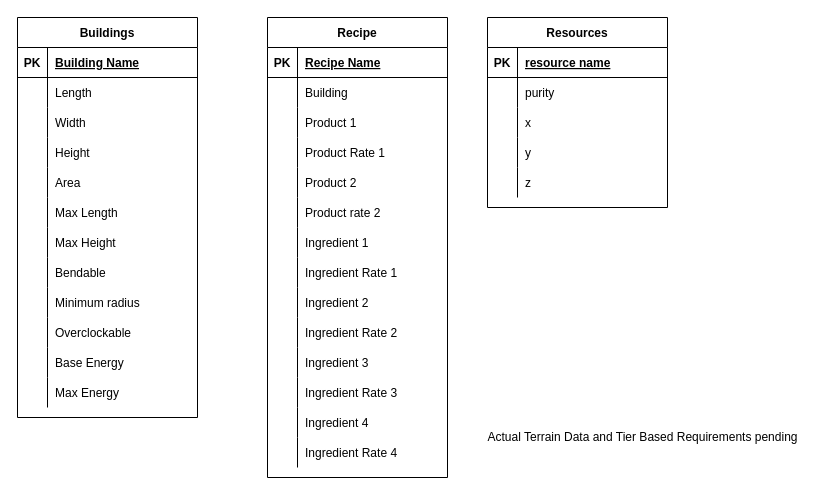
The draw.io diagram page "ERD - Transactional" (2 of 3) of concepts/concept_diagrams.drawio in supratikchatterjee16/satisfactory-notebook, before the edit. Source tidied: cells renumbered, new cells numbered last; positions are measured from the earlier drawing's top-left corner, leaving out a move shared by most shapes. Both pictures are drawn from the tidied source at 100%, with x=0, y=0 at pixel (17, 17).
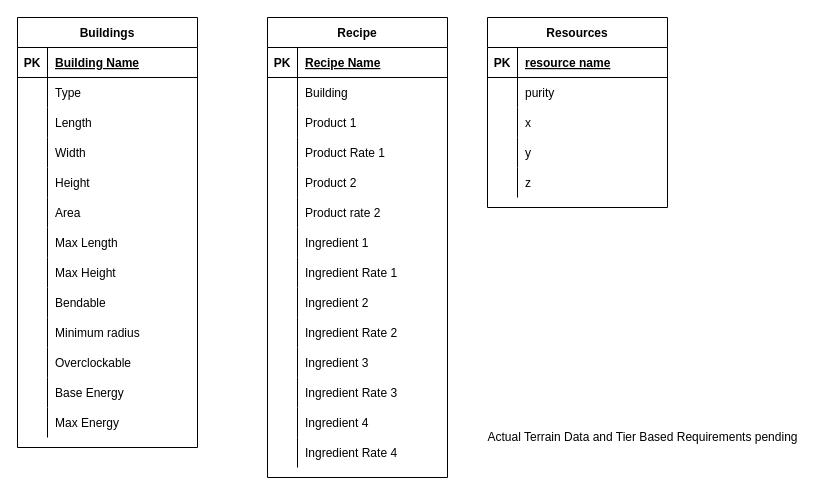
The same diagram, later.

Change to the diagram source:
```diff
@@
     <mxCell id="45" value="Buildings" style="shape=table;startSize=30;childLayout=tableLayout;rowLines=0;fontStyle=1;align=center;" parent="1" vertex="1">
-      <mxGeometry width="180" height="400" as="geometry" />
+      <mxGeometry width="180" height="430" as="geometry" />
     </mxCell>
@@
+    <mxCell id="99" style="shape=partialRectangle;fillColor=none;top=0;left=0;bottom=0;right=0;" parent="45" vertex="1">
+      <mxGeometry y="60" width="180" height="30" as="geometry" />
+    </mxCell>
+    <mxCell id="100" style="shape=partialRectangle;fillColor=none;top=0;left=0;bottom=0;right=0;fontStyle=0;overflow=hidden;" parent="99" vertex="1">
+      <mxGeometry width="30" height="30" as="geometry" />
+    </mxCell>
+    <mxCell id="101" value="Type" style="shape=partialRectangle;fillColor=none;top=0;left=0;bottom=0;right=0;align=left;spacingLeft=6;fontStyle=0;overflow=hidden;" parent="99" vertex="1">
+      <mxGeometry x="30" width="150" height="30" as="geometry" />
+    </mxCell>
     <mxCell id="49" style="shape=partialRectangle;fillColor=none;top=0;left=0;bottom=0;right=0;" parent="45" vertex="1">
-      <mxGeometry y="60" width="180" height="30" as="geometry" />
+      <mxGeometry y="90" width="180" height="30" as="geometry" />
     </mxCell>
@@
     <mxCell id="52" style="shape=partialRectangle;fillColor=none;top=0;left=0;bottom=0;right=0;" parent="45" vertex="1">
-      <mxGeometry y="90" width="180" height="30" as="geometry" />
+      <mxGeometry y="120" width="180" height="30" as="geometry" />
     </mxCell>
@@
     <mxCell id="55" style="shape=partialRectangle;fillColor=none;top=0;left=0;bottom=0;right=0;" parent="45" vertex="1">
-      <mxGeometry y="120" width="180" height="30" as="geometry" />
+      <mxGeometry y="150" width="180" height="30" as="geometry" />
     </mxCell>
@@
     <mxCell id="58" style="shape=partialRectangle;fillColor=none;top=0;left=0;bottom=0;right=0;" parent="45" vertex="1">
-      <mxGeometry y="150" width="180" height="30" as="geometry" />
+      <mxGeometry y="180" width="180" height="30" as="geometry" />
     </mxCell>
@@
     <mxCell id="61" style="shape=partialRectangle;fillColor=none;top=0;left=0;bottom=0;right=0;" parent="45" vertex="1">
-      <mxGeometry y="180" width="180" height="30" as="geometry" />
+      <mxGeometry y="210" width="180" height="30" as="geometry" />
     </mxCell>
@@
     <mxCell id="64" style="shape=partialRectangle;fillColor=none;top=0;left=0;bottom=0;right=0;" parent="45" vertex="1">
-      <mxGeometry y="210" width="180" height="30" as="geometry" />
+      <mxGeometry y="240" width="180" height="30" as="geometry" />
     </mxCell>
@@
     <mxCell id="67" style="shape=partialRectangle;fillColor=none;top=0;left=0;bottom=0;right=0;" parent="45" vertex="1">
-      <mxGeometry y="240" width="180" height="30" as="geometry" />
+      <mxGeometry y="270" width="180" height="30" as="geometry" />
     </mxCell>
@@
     <mxCell id="70" style="shape=partialRectangle;fillColor=none;top=0;left=0;bottom=0;right=0;" parent="45" vertex="1">
-      <mxGeometry y="270" width="180" height="30" as="geometry" />
+      <mxGeometry y="300" width="180" height="30" as="geometry" />
     </mxCell>
@@
     <mxCell id="73" style="shape=partialRectangle;fillColor=none;top=0;left=0;bottom=0;right=0;" parent="45" vertex="1">
-      <mxGeometry y="300" width="180" height="30" as="geometry" />
+      <mxGeometry y="330" width="180" height="30" as="geometry" />
     </mxCell>
@@
     <mxCell id="76" style="shape=partialRectangle;fillColor=none;top=0;left=0;bottom=0;right=0;" parent="45" vertex="1">
-      <mxGeometry y="330" width="180" height="30" as="geometry" />
+      <mxGeometry y="360" width="180" height="30" as="geometry" />
     </mxCell>
@@
     <mxCell id="79" style="shape=partialRectangle;fillColor=none;top=0;left=0;bottom=0;right=0;" parent="45" vertex="1">
-      <mxGeometry y="360" width="180" height="30" as="geometry" />
+      <mxGeometry y="390" width="180" height="30" as="geometry" />
     </mxCell>
```
